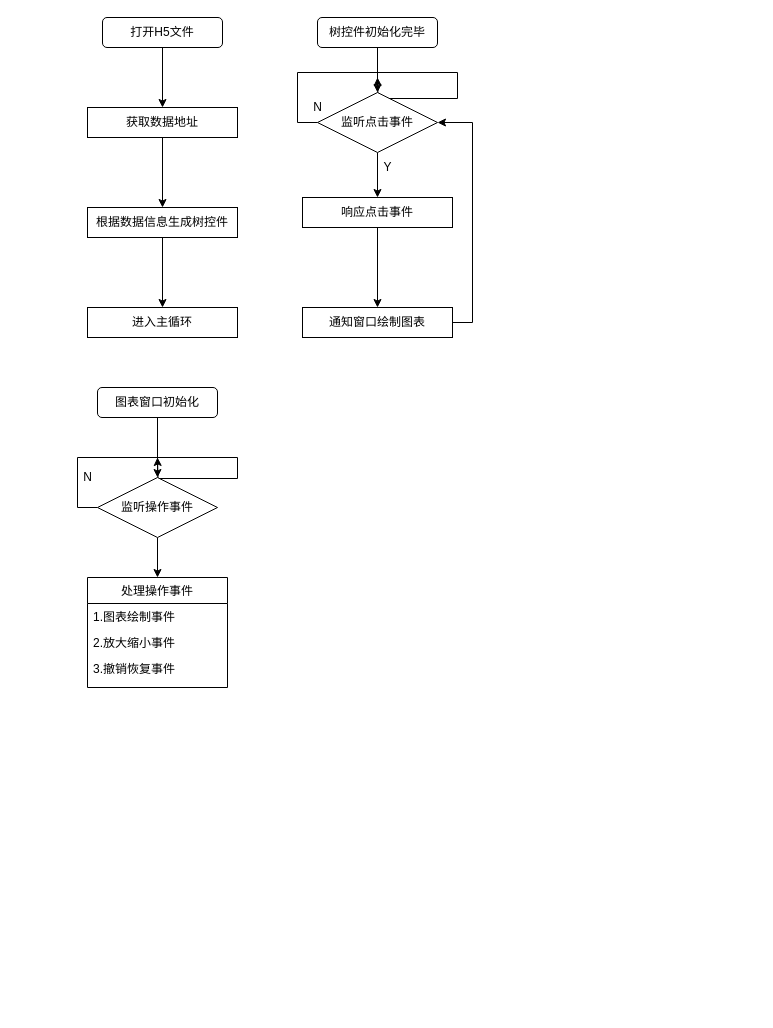
KeyboardMan1996/friend keeps this draw.io diagram as Untitled Diagram.drawio. Above is the earlier version. Source tidied: cells renumbered, new cells numbered last; positions are measured from the earlier drawing's top-left corner, leaving out a move shared by most shapes. Both pictures are drawn from the tidied source at 100%, with x=0, y=0 at pixel (77, 17).
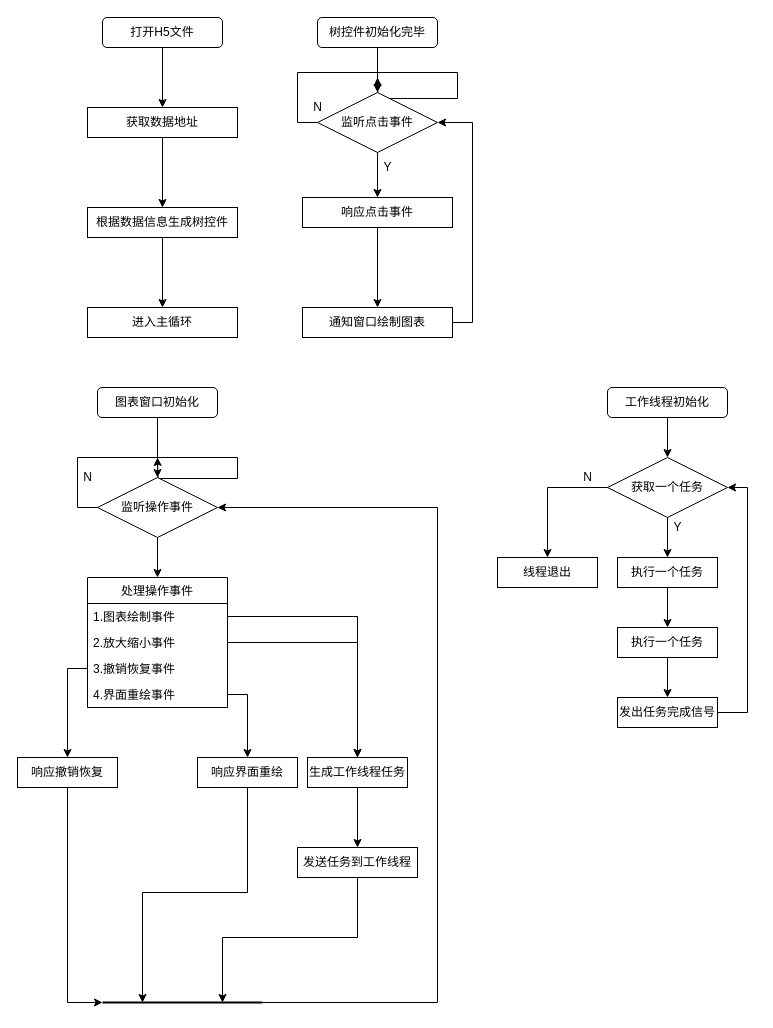
The same diagram, later.

Commit message:
后处理流程图.drawio

The change refers to these unchanged cells:
```xml
<mxCell id="24" value="监听操作事件" style="rhombus;whiteSpace=wrap;html=1;" parent="1" vertex="1">
  <mxGeometry x="20" y="460" width="120" height="60" as="geometry" />
</mxCell>
<mxCell id="27" value="1.图表绘制事件" style="text;strokeColor=none;fillColor=none;align=left;verticalAlign=top;spacingLeft=4;spacingRight=4;overflow=hidden;points=[[0,0.5],[1,0.5]];portConstraint=eastwest;" parent="26" vertex="1">
  <mxGeometry y="26" width="140" height="26" as="geometry" />
</mxCell>
<mxCell id="28" value="2.放大缩小事件" style="text;strokeColor=none;fillColor=none;align=left;verticalAlign=top;spacingLeft=4;spacingRight=4;overflow=hidden;points=[[0,0.5],[1,0.5]];portConstraint=eastwest;" parent="26" vertex="1">
  <mxGeometry y="52" width="140" height="26" as="geometry" />
</mxCell>
```

Diff of the diagram source:
```diff
@@
     <mxCell id="26" value="处理操作事件" style="swimlane;fontStyle=0;horizontal=1;startSize=26;fillColor=none;" parent="1" vertex="1">
-      <mxGeometry x="10" y="560" width="140" height="110" as="geometry" />
+      <mxGeometry x="10" y="560" width="140" height="130" as="geometry" />
     </mxCell>
@@
     <mxCell id="29" value="3.撤销恢复事件" style="text;strokeColor=none;fillColor=none;align=left;verticalAlign=top;spacingLeft=4;spacingRight=4;overflow=hidden;points=[[0,0.5],[1,0.5]];portConstraint=eastwest;" parent="26" vertex="1">
-      <mxGeometry y="78" width="140" height="32" as="geometry" />
+      <mxGeometry y="78" width="140" height="26" as="geometry" />
     </mxCell>
+    <mxCell id="30" value="4.界面重绘事件" style="text;strokeColor=none;fillColor=none;align=left;verticalAlign=top;spacingLeft=4;spacingRight=4;overflow=hidden;points=[[0,0.5],[1,0.5]];portConstraint=eastwest;startSize=26;" parent="26" vertex="1">
+      <mxGeometry y="104" width="140" height="26" as="geometry" />
+    </mxCell>
+    <mxCell id="31" style="edgeStyle=orthogonalEdgeStyle;rounded=0;jettySize=auto;html=1;exitX=0.5;exitY=1;exitDx=0;exitDy=0;entryX=0;entryY=0.5;entryDx=0;entryDy=0;entryPerimeter=0;startSize=26;" parent="1" edge="1" source="32" target="44">
+      <mxGeometry relative="1" as="geometry" />
+    </mxCell>
+    <mxCell id="32" value="响应撤销恢复" style="rounded=0;whiteSpace=wrap;html=1;" parent="1" vertex="1">
+      <mxGeometry x="-60" y="740" width="100" height="30" as="geometry" />
+    </mxCell>
+    <mxCell id="33" style="edgeStyle=orthogonalEdgeStyle;rounded=0;jettySize=auto;html=1;exitX=0.5;exitY=1;exitDx=0;exitDy=0;entryX=0.25;entryY=0.5;entryDx=0;entryDy=0;entryPerimeter=0;startSize=26;" parent="1" edge="1" source="34" target="44">
+      <mxGeometry relative="1" as="geometry" />
+    </mxCell>
+    <mxCell id="34" value="响应界面重绘" style="rounded=0;whiteSpace=wrap;html=1;" parent="1" vertex="1">
+      <mxGeometry x="120" y="740" width="100" height="30" as="geometry" />
+    </mxCell>
+    <mxCell id="35" style="edgeStyle=orthogonalEdgeStyle;rounded=0;jettySize=auto;html=1;startSize=26;" parent="1" edge="1" source="36" target="38">
+      <mxGeometry relative="1" as="geometry" />
+    </mxCell>
+    <mxCell id="36" value="生成工作线程任务" style="rounded=0;whiteSpace=wrap;html=1;" parent="1" vertex="1">
+      <mxGeometry x="230" y="740" width="100" height="30" as="geometry" />
+    </mxCell>
+    <mxCell id="37" style="edgeStyle=orthogonalEdgeStyle;rounded=0;jettySize=auto;html=1;exitX=0.5;exitY=1;exitDx=0;exitDy=0;entryX=0.75;entryY=0.5;entryDx=0;entryDy=0;entryPerimeter=0;startSize=26;" parent="1" edge="1" source="38" target="44">
+      <mxGeometry relative="1" as="geometry" />
+    </mxCell>
+    <mxCell id="38" value="发送任务到工作线程" style="rounded=0;whiteSpace=wrap;html=1;" parent="1" vertex="1">
+      <mxGeometry x="220" y="830" width="120" height="30" as="geometry" />
+    </mxCell>
+    <mxCell id="39" style="edgeStyle=orthogonalEdgeStyle;rounded=0;jettySize=auto;html=1;exitX=1;exitY=0.5;exitDx=0;exitDy=0;entryX=0.5;entryY=0;entryDx=0;entryDy=0;startSize=26;" parent="1" edge="1" source="27" target="36">
+      <mxGeometry relative="1" as="geometry" />
+    </mxCell>
+    <mxCell id="40" style="edgeStyle=orthogonalEdgeStyle;rounded=0;jettySize=auto;html=1;entryX=0.5;entryY=0;entryDx=0;entryDy=0;startSize=26;" parent="1" edge="1" source="28" target="36">
+      <mxGeometry relative="1" as="geometry" />
+    </mxCell>
+    <mxCell id="41" style="edgeStyle=orthogonalEdgeStyle;rounded=0;jettySize=auto;html=1;exitX=0;exitY=0.5;exitDx=0;exitDy=0;entryX=0.5;entryY=0;entryDx=0;entryDy=0;startSize=26;" parent="1" edge="1" source="29" target="32">
+      <mxGeometry relative="1" as="geometry" />
+    </mxCell>
+    <mxCell id="42" style="edgeStyle=orthogonalEdgeStyle;rounded=0;jettySize=auto;html=1;exitX=1;exitY=0.5;exitDx=0;exitDy=0;entryX=0.5;entryY=0;entryDx=0;entryDy=0;startSize=26;" parent="1" edge="1" source="30" target="34">
+      <mxGeometry relative="1" as="geometry" />
+    </mxCell>
+    <mxCell id="43" style="edgeStyle=orthogonalEdgeStyle;rounded=0;jettySize=auto;html=1;exitX=1;exitY=0.5;exitDx=0;exitDy=0;exitPerimeter=0;entryX=1;entryY=0.5;entryDx=0;entryDy=0;startSize=26;" parent="1" edge="1" source="44" target="24">
+      <mxGeometry relative="1" as="geometry">
+        <Array as="points">
+          <mxPoint x="360" y="985" />
+          <mxPoint x="360" y="490" />
+        </Array>
+      </mxGeometry>
+    </mxCell>
+    <mxCell id="44" style="line;strokeWidth=2;html=1;fillColor=none;gradientColor=none;align=left;" parent="1" vertex="1">
+      <mxGeometry x="25" y="980" width="160" height="10" as="geometry" />
+    </mxCell>
+    <mxCell id="45" style="edgeStyle=orthogonalEdgeStyle;rounded=0;jettySize=auto;html=1;startSize=26;" parent="1" edge="1" source="46">
+      <mxGeometry relative="1" as="geometry">
+        <mxPoint x="590" y="440" as="targetPoint" />
+      </mxGeometry>
+    </mxCell>
+    <mxCell id="46" value="工作线程初始化" style="rounded=1;whiteSpace=wrap;html=1;" parent="1" vertex="1">
+      <mxGeometry x="530" y="370" width="120" height="30" as="geometry" />
+    </mxCell>
+    <mxCell id="47" style="edgeStyle=orthogonalEdgeStyle;rounded=0;jettySize=auto;html=1;startSize=26;" parent="1" edge="1" source="49" target="51">
+      <mxGeometry relative="1" as="geometry" />
+    </mxCell>
+    <mxCell id="48" style="edgeStyle=orthogonalEdgeStyle;rounded=0;jettySize=auto;html=1;exitX=0;exitY=0.5;exitDx=0;exitDy=0;entryX=0.5;entryY=0;entryDx=0;entryDy=0;startSize=26;" parent="1" edge="1" source="49" target="56">
+      <mxGeometry relative="1" as="geometry" />
+    </mxCell>
+    <mxCell id="49" value="获取一个任务" style="rhombus;whiteSpace=wrap;html=1;" parent="1" vertex="1">
+      <mxGeometry x="530" y="440" width="120" height="60" as="geometry" />
+    </mxCell>
+    <mxCell id="50" style="edgeStyle=orthogonalEdgeStyle;rounded=0;jettySize=auto;html=1;startSize=26;" parent="1" edge="1" source="51" target="53">
+      <mxGeometry relative="1" as="geometry" />
+    </mxCell>
+    <mxCell id="51" value="执行一个任务" style="rounded=0;whiteSpace=wrap;html=1;" parent="1" vertex="1">
+      <mxGeometry x="540" y="540" width="100" height="30" as="geometry" />
+    </mxCell>
+    <mxCell id="52" style="edgeStyle=orthogonalEdgeStyle;rounded=0;jettySize=auto;html=1;startSize=26;" parent="1" edge="1" source="53" target="55">
+      <mxGeometry relative="1" as="geometry" />
+    </mxCell>
+    <mxCell id="53" value="执行一个任务" style="rounded=0;whiteSpace=wrap;html=1;" parent="1" vertex="1">
+      <mxGeometry x="540" y="610" width="100" height="30" as="geometry" />
+    </mxCell>
+    <mxCell id="54" style="edgeStyle=orthogonalEdgeStyle;rounded=0;jettySize=auto;html=1;entryX=1;entryY=0.5;entryDx=0;entryDy=0;startSize=26;" parent="1" edge="1" source="55" target="49">
+      <mxGeometry relative="1" as="geometry">
+        <Array as="points">
+          <mxPoint x="670" y="695" />
+          <mxPoint x="670" y="470" />
+        </Array>
+      </mxGeometry>
+    </mxCell>
+    <mxCell id="55" value="发出任务完成信号" style="rounded=0;whiteSpace=wrap;html=1;" parent="1" vertex="1">
+      <mxGeometry x="540" y="680" width="100" height="30" as="geometry" />
+    </mxCell>
+    <mxCell id="56" value="线程退出" style="rounded=0;whiteSpace=wrap;html=1;" parent="1" vertex="1">
+      <mxGeometry x="420" y="540" width="100" height="30" as="geometry" />
+    </mxCell>
+    <mxCell id="57" value="Y" style="text;html=1;align=center;verticalAlign=middle;" parent="1" vertex="1">
+      <mxGeometry x="590" y="500" width="20" height="20" as="geometry" />
+    </mxCell>
+    <mxCell id="58" value="N" style="text;html=1;align=center;verticalAlign=middle;" parent="1" vertex="1">
+      <mxGeometry x="500" y="450" width="20" height="20" as="geometry" />
+    </mxCell>
```
